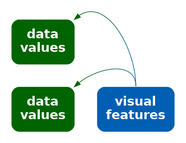
Above: Diagrams/ambiguous-decode.png in pmur002/hdvw (Graphviz), before the change. Its source is kept beside it as Diagrams/ambiguous-decode.dot.
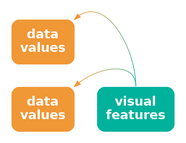
The same file after the commit.

What changed in the source:
```diff
@@ -1,12 +1,12 @@
 digraph {
   graph [ rankdir=LR; margin=.2; nodesep=.5 ];
   node [ fontsize=20; fontname="sans bold"; margin=.2 ];
-  data [ label="data\nvalues"; shape=box; style="filled, rounded"; penwidth=0; fontcolor=white; fillcolor="#006400" ]
-  data2 [ label="data\nvalues"; shape=box; style="filled, rounded"; penwidth=0; fontcolor=white; fillcolor="#006400" ]
+  data [ label="data\nvalues"; shape=box; style="filled, rounded"; penwidth=0; fontcolor=white; fillcolor="#F09736" ]
+  data2 [ label="data\nvalues"; shape=box; style="filled, rounded"; penwidth=0; fontcolor=white; fillcolor="#F09736" ]
   vis [ label="visual\nfeatures"; shape=box;
-     style="filled, rounded"; penwidth=0; fontcolor=white; fillcolor="#005FB2" ]
-  data2 -> vis [ color="#006400;0.1:#006314;0.1:#006328;0.1:#00623B;0.1:#00624F;0.1:#006163;0.1:#006177;0.1:#00608A;0.1:#00609E;0.1:#005FB2;0.1" ] [ style="invis" ]
-  vis:n -> data:ne [ style="solid", color="#005FB2;0.1:#00609E;0.1:#00608A;0.1:#006177;0.1:#006163;0.1:#00624F;0.1:#00623B;0.1:#006328;0.1:#006314;0.1:#006400;0.1" ]
-  vis:n -> data2:ne [ style="solid", color="#005FB2;0.1:#00609E;0.1:#00608A;0.1:#006177;0.1:#006163;0.1:#00624F;0.1:#00623B;0.1:#006328;0.1:#006314;0.1:#006400;0.1" ]
+     style="filled, rounded"; penwidth=0; fontcolor=white; fillcolor="#00B19B" ]
+  data2 -> vis [ color="#F09736;0.1:#D59A41;0.1:#BB9D4C;0.1:#A0A058;0.1:#85A363;0.1:#6BA56E;0.1:#50A879;0.1:#35AB85;0.1:#1BAE90;0.1:#00B19B;0.1" ] [ style="invis" ]
+  vis:n -> data:ne [ style="solid", color="#00B19B;0.1:#1BAE90;0.1:#35AB85;0.1:#50A879;0.1:#6BA56E;0.1:#85A363;0.1:#A0A058;0.1:#BB9D4C;0.1:#D59A41;0.1:#F09736;0.1" ]
+  vis:n -> data2:ne [ style="solid", color="#00B19B;0.1:#1BAE90;0.1:#35AB85;0.1:#50A879;0.1:#6BA56E;0.1:#85A363;0.1:#A0A058;0.1:#BB9D4C;0.1:#D59A41;0.1:#F09736;0.1" ]
 { rank=same; data, data2 }
 }
```
